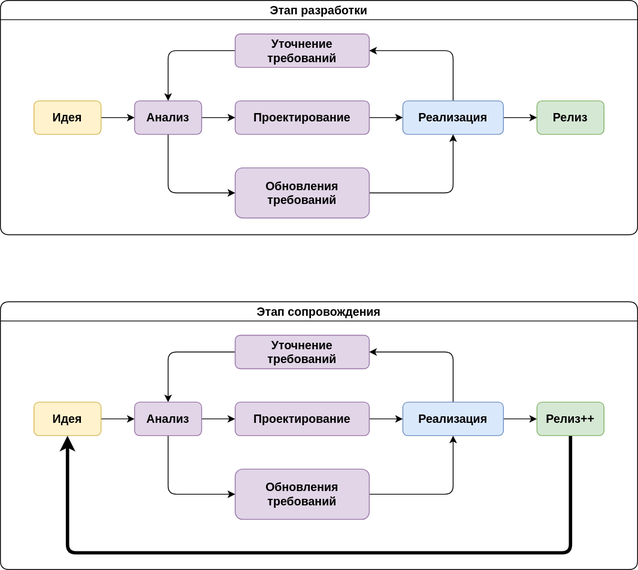
This is Жизненный цикл проекта.drawio.svg from taraswww777/diagrams.net, a draw.io export, as it was before one commit. Source tidied: cells renumbered, new cells last; positions are measured from the earlier drawing's top-left corner, leaving out a move shared by most shapes.
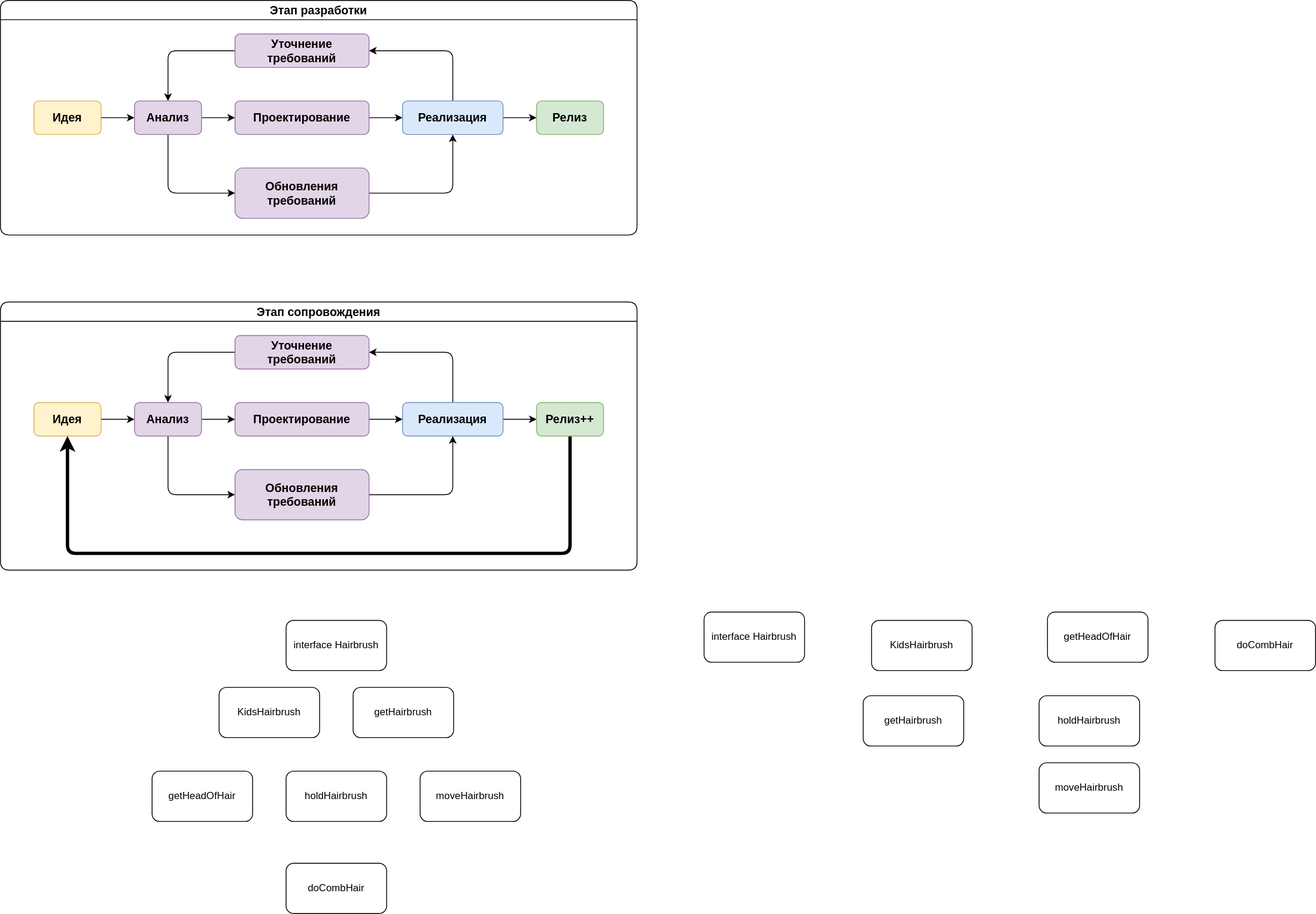
Later version of the same file.

Commit message:
TDB doCombHair

Change to the diagram source:
```diff
@@ -122,5 +122,47 @@
     <mxCell id="34" value="Анализ" style="rounded=1;whiteSpace=wrap;html=1;fillColor=#e1d5e7;strokeColor=#9673a6;fontStyle=1;fontSize=14;" parent="18" vertex="1">
       <mxGeometry x="160" y="120" width="80" height="40" as="geometry" />
     </mxCell>
+    <mxCell id="35" value="interface Hairbrush" style="rounded=1;whiteSpace=wrap;html=1;" parent="1" vertex="1">
+      <mxGeometry x="341" y="740" width="120" height="60" as="geometry" />
+    </mxCell>
+    <mxCell id="36" value="moveHairbrush" style="rounded=1;whiteSpace=wrap;html=1;" parent="1" vertex="1">
+      <mxGeometry x="501" y="920" width="120" height="60" as="geometry" />
+    </mxCell>
+    <mxCell id="37" value="getHeadOfHair" style="rounded=1;whiteSpace=wrap;html=1;" parent="1" vertex="1">
+      <mxGeometry x="181" y="920" width="120" height="60" as="geometry" />
+    </mxCell>
+    <mxCell id="38" value="holdHairbrush" style="rounded=1;whiteSpace=wrap;html=1;" parent="1" vertex="1">
+      <mxGeometry x="341" y="920" width="120" height="60" as="geometry" />
+    </mxCell>
+    <mxCell id="39" value="getHairbrush" style="rounded=1;whiteSpace=wrap;html=1;" parent="1" vertex="1">
+      <mxGeometry x="421" y="820" width="120" height="60" as="geometry" />
+    </mxCell>
+    <mxCell id="40" value="KidsHairbrush" style="rounded=1;whiteSpace=wrap;html=1;" parent="1" vertex="1">
+      <mxGeometry x="261" y="820" width="120" height="60" as="geometry" />
+    </mxCell>
+    <mxCell id="41" value="doCombHair" style="rounded=1;whiteSpace=wrap;html=1;" parent="1" vertex="1">
+      <mxGeometry x="341" y="1030" width="120" height="60" as="geometry" />
+    </mxCell>
+    <mxCell id="42" value="interface Hairbrush" style="rounded=1;whiteSpace=wrap;html=1;" parent="1" vertex="1">
+      <mxGeometry x="840" y="730" width="120" height="60" as="geometry" />
+    </mxCell>
+    <mxCell id="43" value="moveHairbrush" style="rounded=1;whiteSpace=wrap;html=1;" parent="1" vertex="1">
+      <mxGeometry x="1240" y="910" width="120" height="60" as="geometry" />
+    </mxCell>
+    <mxCell id="44" value="getHeadOfHair" style="rounded=1;whiteSpace=wrap;html=1;" parent="1" vertex="1">
+      <mxGeometry x="1250" y="730" width="120" height="60" as="geometry" />
+    </mxCell>
+    <mxCell id="45" value="holdHairbrush" style="rounded=1;whiteSpace=wrap;html=1;" parent="1" vertex="1">
+      <mxGeometry x="1240" y="830" width="120" height="60" as="geometry" />
+    </mxCell>
+    <mxCell id="46" value="getHairbrush" style="rounded=1;whiteSpace=wrap;html=1;" parent="1" vertex="1">
+      <mxGeometry x="1030" y="830" width="120" height="60" as="geometry" />
+    </mxCell>
+    <mxCell id="47" value="KidsHairbrush" style="rounded=1;whiteSpace=wrap;html=1;" parent="1" vertex="1">
+      <mxGeometry x="1040" y="740" width="120" height="60" as="geometry" />
+    </mxCell>
+    <mxCell id="48" value="doCombHair" style="rounded=1;whiteSpace=wrap;html=1;" parent="1" vertex="1">
+      <mxGeometry x="1450" y="740" width="120" height="60" as="geometry" />
+    </mxCell>
   </root>
 </mxGraphModel>
```
